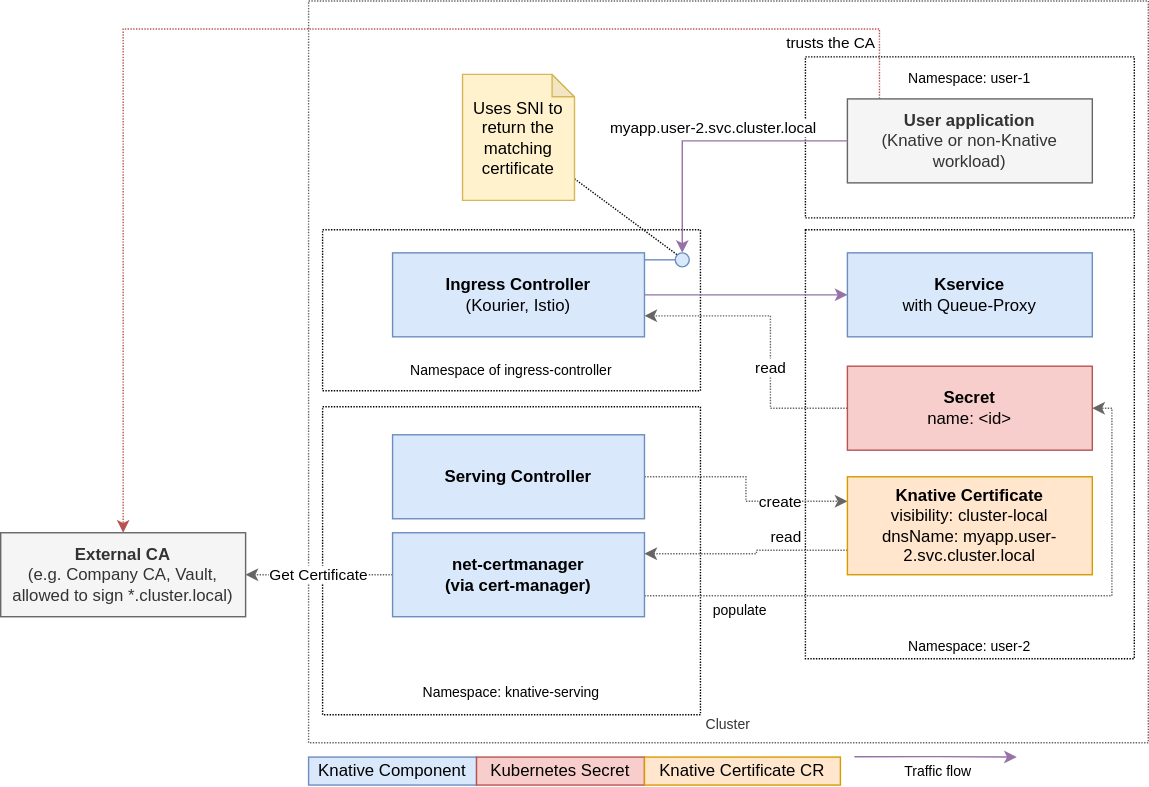
openshift-knative/docs keeps this draw.io diagram as modules/serverless/assets/images/serving-encryption/encryption-cluster-local-domain.drawio.svg. Above is the earlier version. Source tidied: cells renumbered, new cells last; positions are measured from the earlier drawing's top-left corner, leaving out a move shared by most shapes.
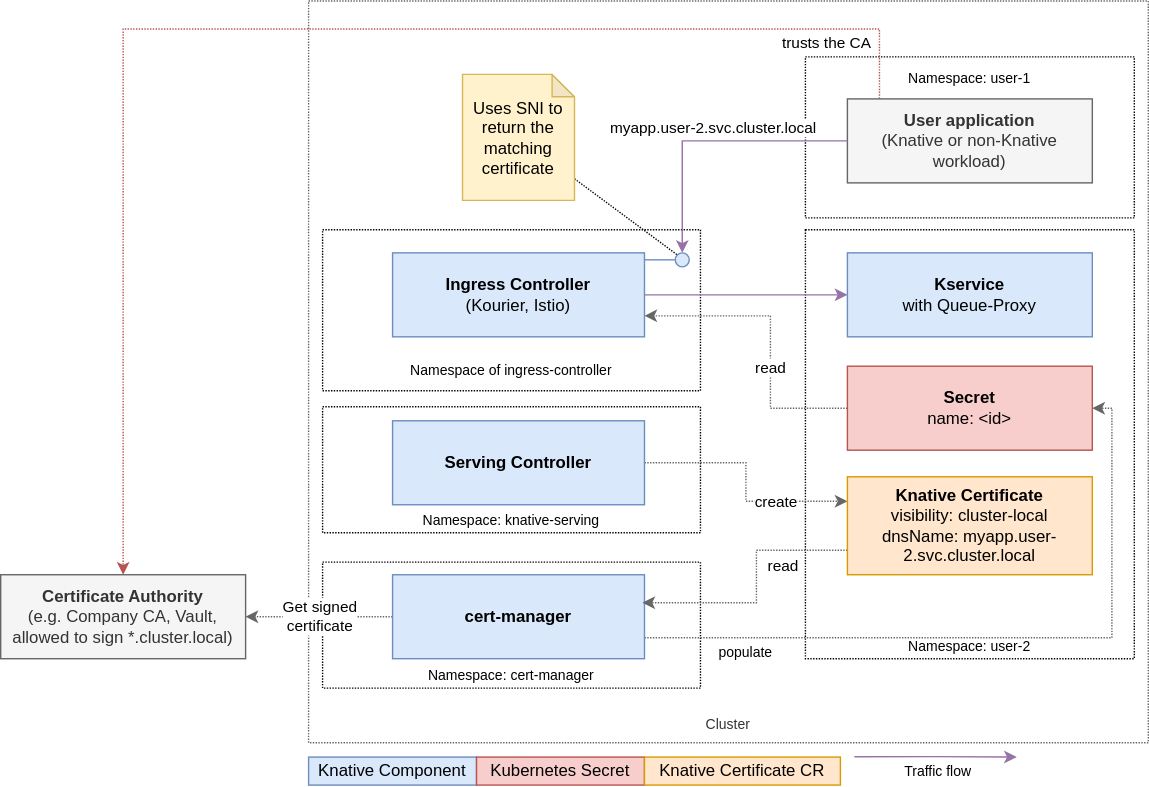
Later version of the same file.

Commit message:
Refine serving tls docs

Change to the diagram source:
```diff
@@ -5,14 +5,17 @@
     <mxCell id="2" value="&lt;br&gt;&lt;br&gt;&lt;br&gt;&lt;br&gt;&lt;br&gt;&lt;br&gt;&lt;br&gt;&lt;br&gt;&lt;br&gt;&lt;br&gt;&lt;br&gt;&lt;br&gt;&lt;br&gt;&lt;br&gt;&lt;br&gt;&lt;br&gt;&lt;br&gt;&lt;br&gt;&lt;br&gt;&lt;br&gt;&lt;br&gt;&lt;br&gt;&lt;br&gt;&lt;br&gt;&lt;br&gt;&lt;br&gt;&lt;br&gt;&lt;br&gt;&lt;br&gt;&lt;br&gt;&lt;br&gt;&lt;br&gt;&lt;br&gt;&lt;br&gt;&lt;br&gt;&lt;font style=&quot;font-size: 10px;&quot;&gt;Cluster&lt;/font&gt;" style="rounded=0;whiteSpace=wrap;html=1;fillColor=none;fontColor=#333333;strokeColor=#666666;dashed=1;dashPattern=1 1;" parent="1" vertex="1">
       <mxGeometry x="220" width="600" height="530" as="geometry" />
     </mxCell>
+    <mxCell id="32" value="&lt;br&gt;&lt;br&gt;&lt;br&gt;&lt;br&gt;&lt;br&gt;&lt;font style=&quot;font-size: 10px;&quot;&gt;Namespace: cert-manager&lt;/font&gt;" style="rounded=0;whiteSpace=wrap;html=1;fillColor=none;dashed=1;dashPattern=1 1;" parent="1" vertex="1">
+      <mxGeometry x="230" y="401" width="270" height="90" as="geometry" />
+    </mxCell>
     <mxCell id="3" value="&lt;font style=&quot;font-size: 10px;&quot;&gt;&lt;br&gt;&lt;br&gt;&lt;br&gt;&lt;br&gt;&lt;br&gt;&lt;br&gt;Namespace of ingress-controller&lt;br&gt;&lt;/font&gt;" style="rounded=0;whiteSpace=wrap;html=1;fillColor=none;dashed=1;dashPattern=1 1;" parent="1" vertex="1">
       <mxGeometry x="230" y="163.5" width="270" height="115" as="geometry" />
     </mxCell>
     <mxCell id="4" value="&lt;br&gt;&lt;br&gt;&lt;br&gt;&lt;br&gt;&lt;br&gt;&lt;br&gt;&lt;br&gt;&lt;br&gt;&lt;br&gt;&lt;br&gt;&lt;br&gt;&lt;br&gt;&lt;br&gt;&lt;br&gt;&lt;br&gt;&lt;br&gt;&lt;br&gt;&lt;br&gt;&lt;br&gt;&lt;br&gt;&lt;font style=&quot;font-size: 10px;&quot;&gt;Namespace: user-2&lt;/font&gt;" style="rounded=0;whiteSpace=wrap;html=1;fillColor=none;dashed=1;dashPattern=1 1;" parent="1" vertex="1">
       <mxGeometry x="575" y="163.5" width="235" height="306.5" as="geometry" />
     </mxCell>
-    <mxCell id="5" value="&lt;br&gt;&lt;br&gt;&lt;br&gt;&lt;br&gt;&lt;br&gt;&lt;br&gt;&lt;br&gt;&lt;br&gt;&lt;br&gt;&lt;br&gt;&lt;br&gt;&lt;br&gt;&lt;br&gt;&lt;font style=&quot;font-size: 10px;&quot;&gt;Namespace: knative-serving&lt;/font&gt;" style="rounded=0;whiteSpace=wrap;html=1;fillColor=none;dashed=1;dashPattern=1 1;" parent="1" vertex="1">
-      <mxGeometry x="230" y="290" width="270" height="220" as="geometry" />
+    <mxCell id="5" value="&lt;br&gt;&lt;br&gt;&lt;br&gt;&lt;br&gt;&lt;br&gt;&lt;font style=&quot;font-size: 10px;&quot;&gt;Namespace: knative-serving&lt;/font&gt;" style="rounded=0;whiteSpace=wrap;html=1;fillColor=none;dashed=1;dashPattern=1 1;" parent="1" vertex="1">
+      <mxGeometry x="230" y="290" width="270" height="90" as="geometry" />
     </mxCell>
     <mxCell id="6" value="&lt;b&gt;Kservice&lt;br&gt;&lt;/b&gt;with Queue-Proxy" style="rounded=0;whiteSpace=wrap;html=1;fillColor=#dae8fc;strokeColor=#6c8ebf;" parent="1" vertex="1">
       <mxGeometry x="605" y="180" width="175" height="60" as="geometry" />
@@ -32,27 +35,27 @@
       <mxGeometry x="0.41" relative="1" as="geometry" />
     </mxCell>
     <mxCell id="10" value="&lt;b&gt;Serving Controller&lt;/b&gt;" style="rounded=0;whiteSpace=wrap;html=1;fillColor=#dae8fc;strokeColor=#6c8ebf;" parent="1" vertex="1">
-      <mxGeometry x="280" y="310" width="180" height="60" as="geometry" />
+      <mxGeometry x="280" y="300" width="180" height="60" as="geometry" />
     </mxCell>
-    <mxCell id="11" value="Get Certificate" style="edgeStyle=orthogonalEdgeStyle;rounded=0;jettySize=auto;html=1;entryX=1;entryY=0.5;entryDx=0;entryDy=0;startArrow=none;startFill=0;fillColor=#f5f5f5;strokeColor=#666666;dashed=1;dashPattern=1 1;" parent="1" edge="1" source="13" target="21">
+    <mxCell id="11" value="Get signed &lt;br&gt;certificate" style="edgeStyle=orthogonalEdgeStyle;rounded=0;jettySize=auto;html=1;entryX=1;entryY=0.5;entryDx=0;entryDy=0;startArrow=none;startFill=0;fillColor=#f5f5f5;strokeColor=#666666;dashed=1;dashPattern=1 1;" parent="1" edge="1" source="13" target="21">
       <mxGeometry relative="1" as="geometry" />
     </mxCell>
     <mxCell id="12" value="populate" style="edgeStyle=orthogonalEdgeStyle;rounded=0;jettySize=auto;html=1;entryX=1;entryY=0.5;entryDx=0;entryDy=0;dashed=1;dashPattern=1 1;fontSize=10;startArrow=none;startFill=0;fillColor=#f5f5f5;strokeColor=#666666;exitX=1;exitY=0.75;exitDx=0;exitDy=0;" parent="1" edge="1" source="13" target="17">
       <mxGeometry x="-0.72" y="-10" relative="1" as="geometry">
         <Array as="points">
-          <mxPoint x="794" y="425" />
+          <mxPoint x="794" y="455" />
           <mxPoint x="794" y="291" />
         </Array>
       </mxGeometry>
     </mxCell>
-    <mxCell id="13" value="&lt;b&gt;net-certmanager&lt;br&gt;(via cert-manager)&lt;/b&gt;" style="rounded=0;whiteSpace=wrap;html=1;fillColor=#dae8fc;strokeColor=#6c8ebf;" parent="1" vertex="1">
-      <mxGeometry x="280" y="380" width="180" height="60" as="geometry" />
+    <mxCell id="13" value="&lt;b&gt;cert-manager&lt;/b&gt;" style="rounded=0;whiteSpace=wrap;html=1;fillColor=#dae8fc;strokeColor=#6c8ebf;" parent="1" vertex="1">
+      <mxGeometry x="280" y="410" width="180" height="60" as="geometry" />
     </mxCell>
-    <mxCell id="14" value="read" style="edgeStyle=orthogonalEdgeStyle;rounded=0;jettySize=auto;html=1;exitX=0;exitY=0.75;exitDx=0;exitDy=0;dashed=1;dashPattern=1 1;fillColor=#f5f5f5;strokeColor=#666666;entryX=1;entryY=0.25;entryDx=0;entryDy=0;" parent="1" edge="1" source="15" target="13">
-      <mxGeometry x="-0.4" y="-10" relative="1" as="geometry">
+    <mxCell id="14" value="read" style="edgeStyle=orthogonalEdgeStyle;rounded=0;jettySize=auto;html=1;exitX=0;exitY=0.75;exitDx=0;exitDy=0;dashed=1;dashPattern=1 1;fillColor=#f5f5f5;strokeColor=#666666;entryX=0.992;entryY=0.333;entryDx=0;entryDy=0;entryPerimeter=0;" parent="1" edge="1" source="15" target="13">
+      <mxGeometry x="-0.5" y="11" relative="1" as="geometry">
         <Array as="points">
           <mxPoint x="540" y="393" />
-          <mxPoint x="540" y="395" />
+          <mxPoint x="540" y="430" />
         </Array>
       </mxGeometry>
     </mxCell>
@@ -84,8 +87,8 @@
     <mxCell id="20" value="Uses SNI to return the matching certificate" style="shape=note;whiteSpace=wrap;html=1;backgroundOutline=1;darkOpacity=0.05;fillColor=#fff2cc;strokeColor=#d6b656;size=16;" parent="1" vertex="1">
       <mxGeometry x="330" y="52.5" width="80" height="90" as="geometry" />
     </mxCell>
-    <mxCell id="21" value="&lt;b&gt;External CA&lt;br&gt;&lt;/b&gt;(e.g. Company CA, Vault, allowed to sign *.cluster.local)" style="rounded=0;whiteSpace=wrap;html=1;fillColor=#f5f5f5;strokeColor=#666666;fontColor=#333333;" parent="1" vertex="1">
-      <mxGeometry y="380" width="175" height="60" as="geometry" />
+    <mxCell id="21" value="&lt;b&gt;Certificate Authority&lt;br&gt;&lt;/b&gt;(e.g. Company CA, Vault, allowed to sign *.cluster.local)" style="rounded=0;whiteSpace=wrap;html=1;fillColor=#f5f5f5;strokeColor=#666666;fontColor=#333333;" parent="1" vertex="1">
+      <mxGeometry y="410" width="175" height="60" as="geometry" />
     </mxCell>
     <mxCell id="22" value="&lt;font style=&quot;font-size: 10px;&quot;&gt;&lt;font style=&quot;font-size: 10px;&quot;&gt;Namespace: user-1&lt;br&gt;&lt;/font&gt;&lt;br&gt;&lt;br&gt;&lt;br&gt;&lt;br&gt;&lt;br&gt;&lt;br&gt;&lt;/font&gt;" style="rounded=0;whiteSpace=wrap;html=1;fillColor=none;dashed=1;dashPattern=1 1;" parent="1" vertex="1">
       <mxGeometry x="575" y="40" width="235" height="115" as="geometry" />
```
